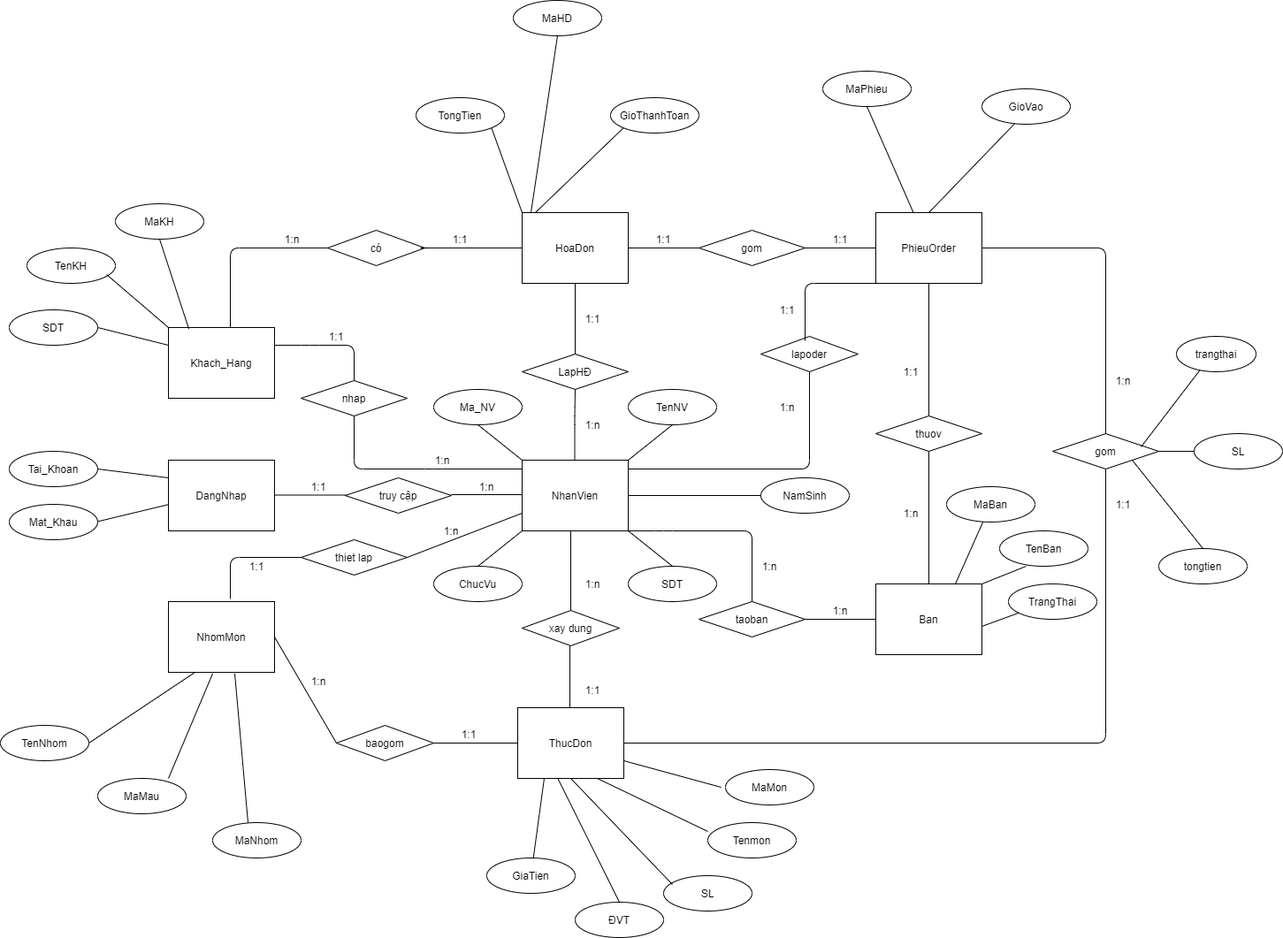
This is yu.png from vinh2000/123, a draw.io export, as it was before one commit. Source tidied: cells renumbered, new cells last; positions are measured from the earlier drawing's top-left corner, leaving out a move shared by most shapes.
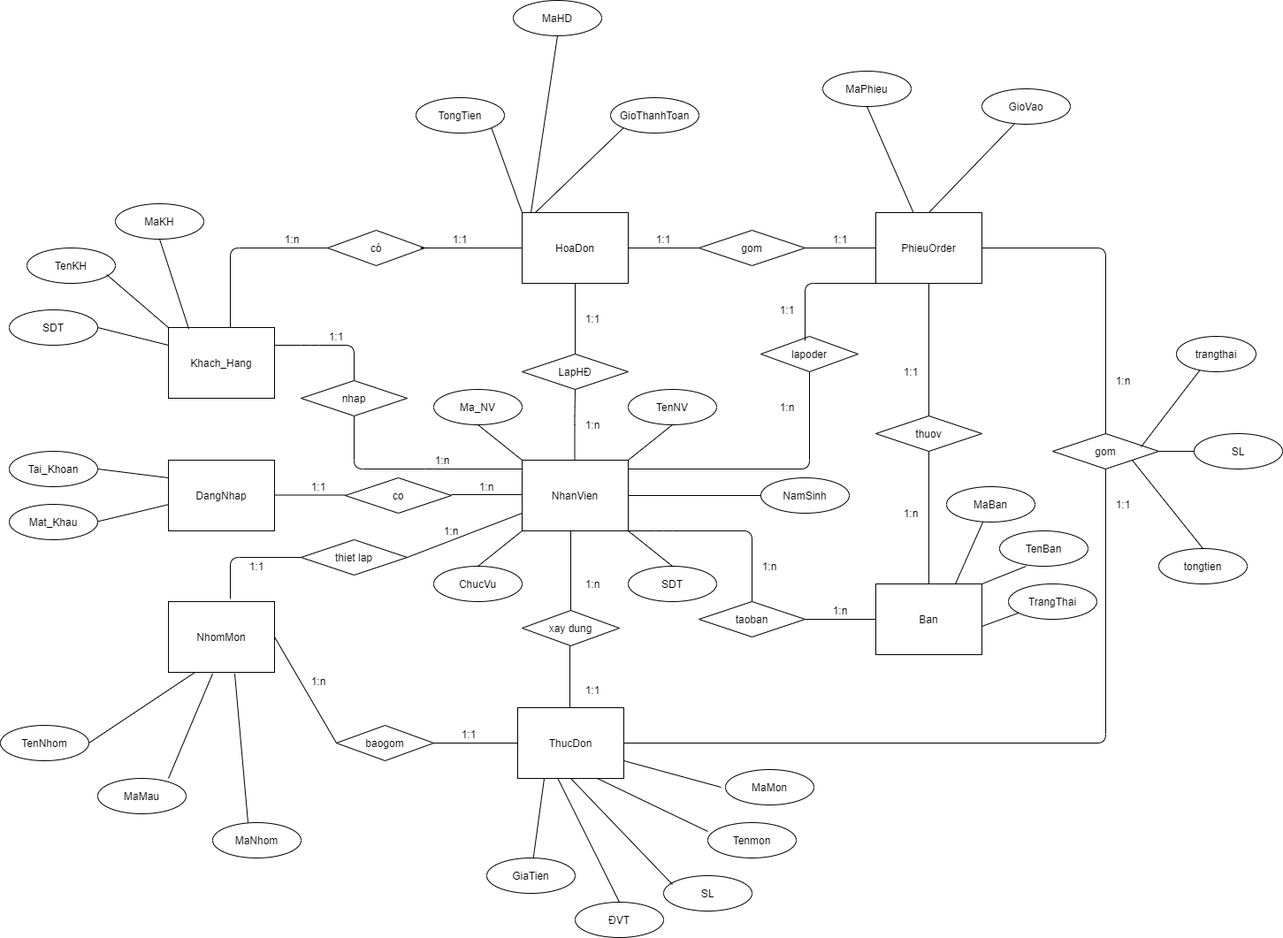
After the commit.

Change to the diagram source:
```diff
@@ -5,7 +5,7 @@
     <mxCell id="2" value="NhanVien" style="rounded=0;whiteSpace=wrap;html=1;" parent="1" vertex="1">
       <mxGeometry x="590" y="520" width="120" height="80" as="geometry" />
     </mxCell>
-    <mxCell id="3" value="truy cập" style="rhombus;whiteSpace=wrap;html=1;rounded=0;" parent="1" vertex="1">
+    <mxCell id="3" value="co" style="rhombus;whiteSpace=wrap;html=1;rounded=0;" parent="1" vertex="1">
       <mxGeometry x="390" y="540" width="120" height="40" as="geometry" />
     </mxCell>
     <mxCell id="4" style="endArrow=none;html=1;" parent="1" edge="1">
```
